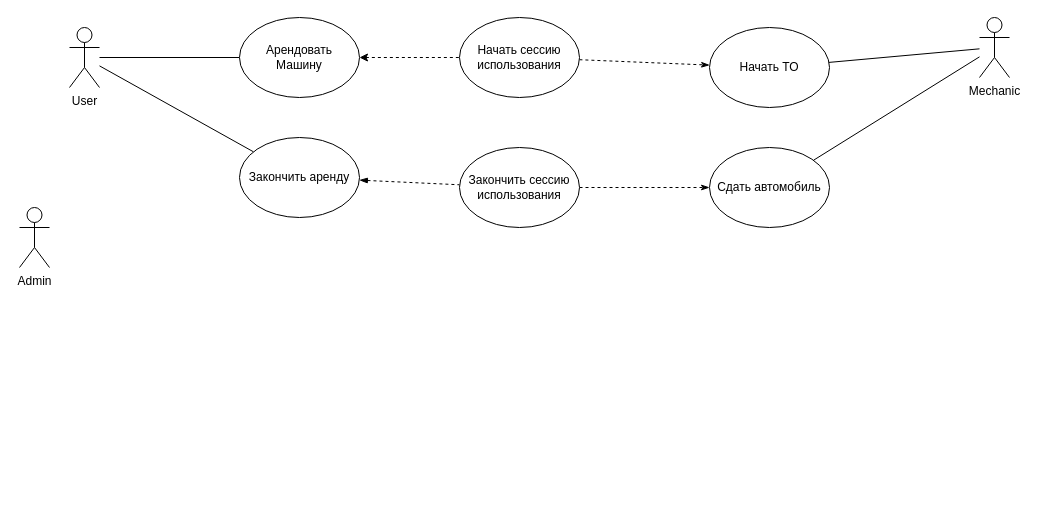
Before: use-cases.drawio in car-sharing-proto/mvp, a draw.io diagram. Source tidied: cells renumbered, new cells numbered last; positions are measured from the earlier drawing's top-left corner, leaving out a move shared by most shapes. Both pictures are drawn from the tidied source at 100%, with x=0, y=0 at pixel (19, 17).
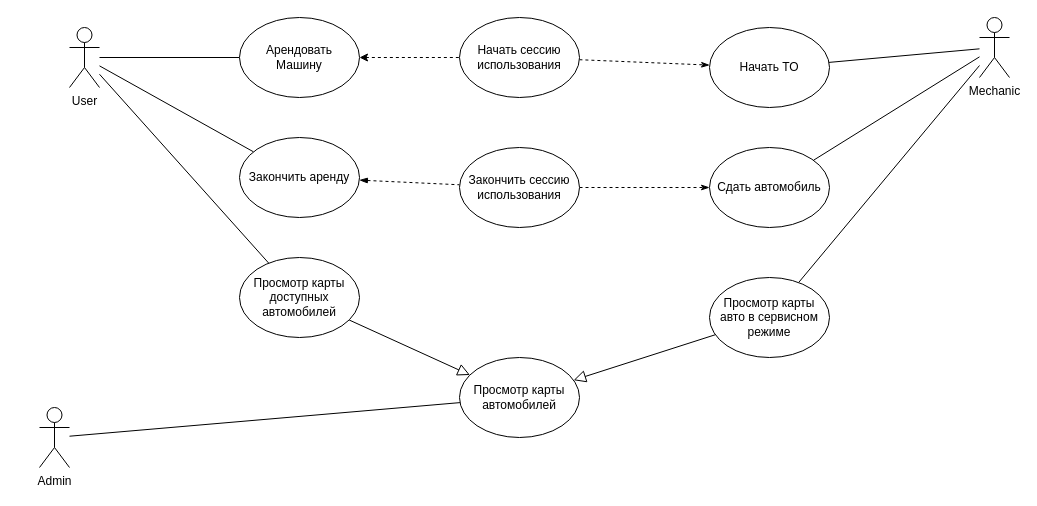
The same page after the edit.

Unchanged cells that the change refers to:
```xml
<mxCell id="4" value="User" style="shape=umlActor;verticalLabelPosition=bottom;verticalAlign=top;html=1;outlineConnect=0;" parent="1" vertex="1">
  <mxGeometry x="50" y="10" width="30" height="60" as="geometry" />
</mxCell>
<mxCell id="6" value="Mechanic" style="shape=umlActor;verticalLabelPosition=bottom;verticalAlign=top;html=1;outlineConnect=0;" parent="1" vertex="1">
  <mxGeometry x="960" width="30" height="60" as="geometry" />
</mxCell>
```

The edit, as a diff of the source:
```diff
@@
+    <mxCell id="19" style="rounded=0;jettySize=auto;html=1;endArrow=none;endFill=0;" parent="1" edge="1" source="4" target="26">
+      <mxGeometry relative="1" as="geometry" />
+    </mxCell>
@@
+    <mxCell id="20" style="rounded=0;jettySize=auto;html=1;endArrow=none;endFill=0;" parent="1" edge="1" source="5" target="21">
+      <mxGeometry relative="1" as="geometry" />
+    </mxCell>
     <mxCell id="5" value="Admin" style="shape=umlActor;verticalLabelPosition=bottom;verticalAlign=top;html=1;outlineConnect=0;" parent="1" vertex="1">
-      <mxGeometry y="190" width="30" height="60" as="geometry" />
+      <mxGeometry x="20" y="390" width="30" height="60" as="geometry" />
     </mxCell>
@@
+    <mxCell id="21" value="Просмотр карты автомобилей" style="ellipse;whiteSpace=wrap;html=1;" parent="1" vertex="1">
+      <mxGeometry x="440" y="340" width="120" height="80" as="geometry" />
+    </mxCell>
+    <mxCell id="22" style="rounded=0;jettySize=auto;html=1;endArrow=block;endFill=0;endSize=10;" parent="1" edge="1" source="24" target="21">
+      <mxGeometry relative="1" as="geometry" />
+    </mxCell>
+    <mxCell id="23" style="rounded=0;jettySize=auto;html=1;endArrow=none;endFill=0;" parent="1" edge="1" source="24" target="6">
+      <mxGeometry relative="1" as="geometry" />
+    </mxCell>
+    <mxCell id="24" value="Просмотр карты авто в сервисном режиме" style="ellipse;whiteSpace=wrap;html=1;" parent="1" vertex="1">
+      <mxGeometry x="690" y="260" width="120" height="80" as="geometry" />
+    </mxCell>
+    <mxCell id="25" style="rounded=0;jettySize=auto;html=1;endArrow=block;endFill=0;endSize=10;" parent="1" edge="1" source="26" target="21">
+      <mxGeometry relative="1" as="geometry" />
+    </mxCell>
+    <mxCell id="26" value="Просмотр карты доступных автомобилей" style="ellipse;whiteSpace=wrap;html=1;" parent="1" vertex="1">
+      <mxGeometry x="220" y="240" width="120" height="80" as="geometry" />
+    </mxCell>
```
